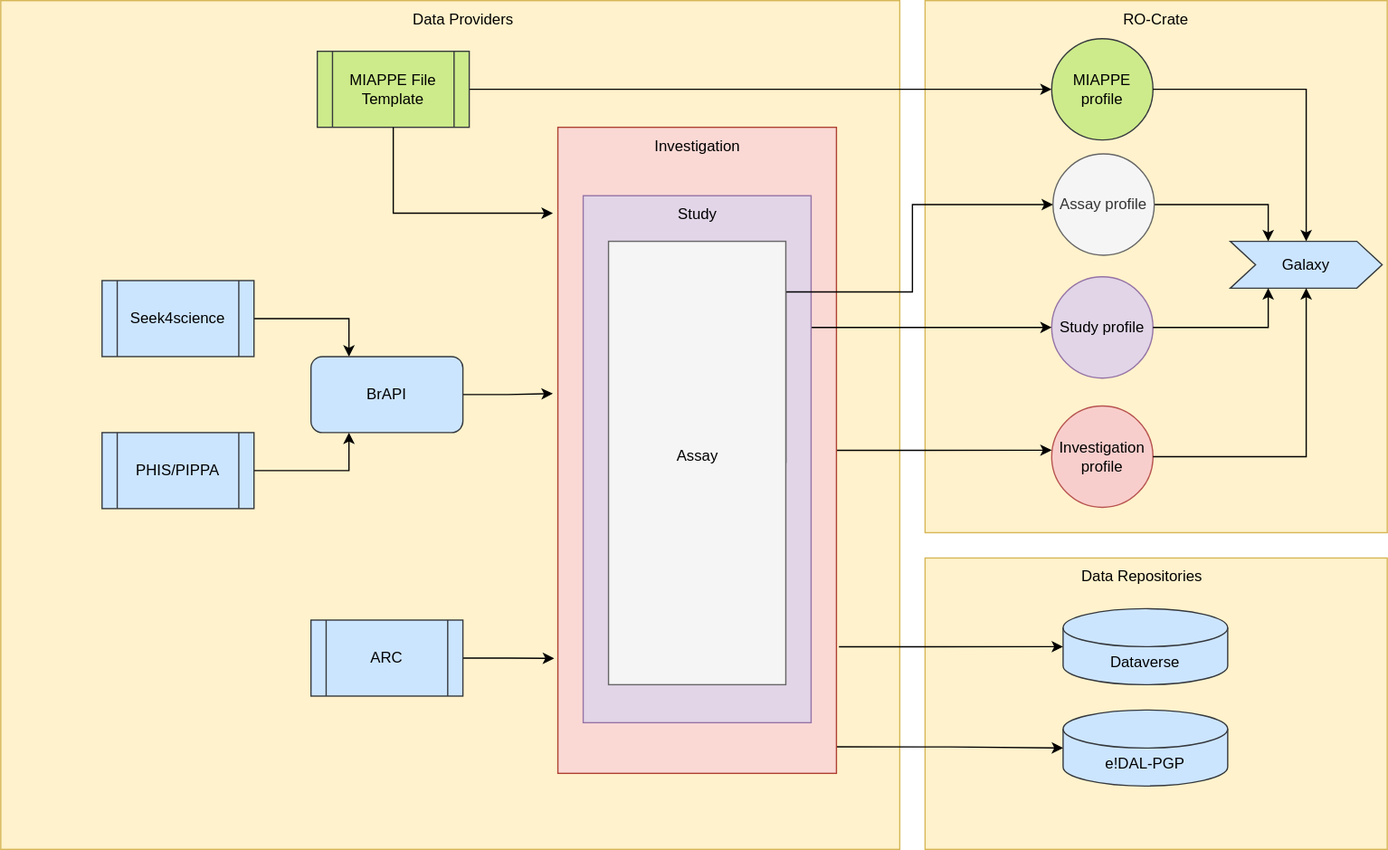
Earlier version of the draw.io export paper/Figure1.svg (sebeier/22_plant_data_exchange). Source tidied: cells renumbered, new cells last; positions are measured from the earlier drawing's top-left corner, leaving out a move shared by most shapes.
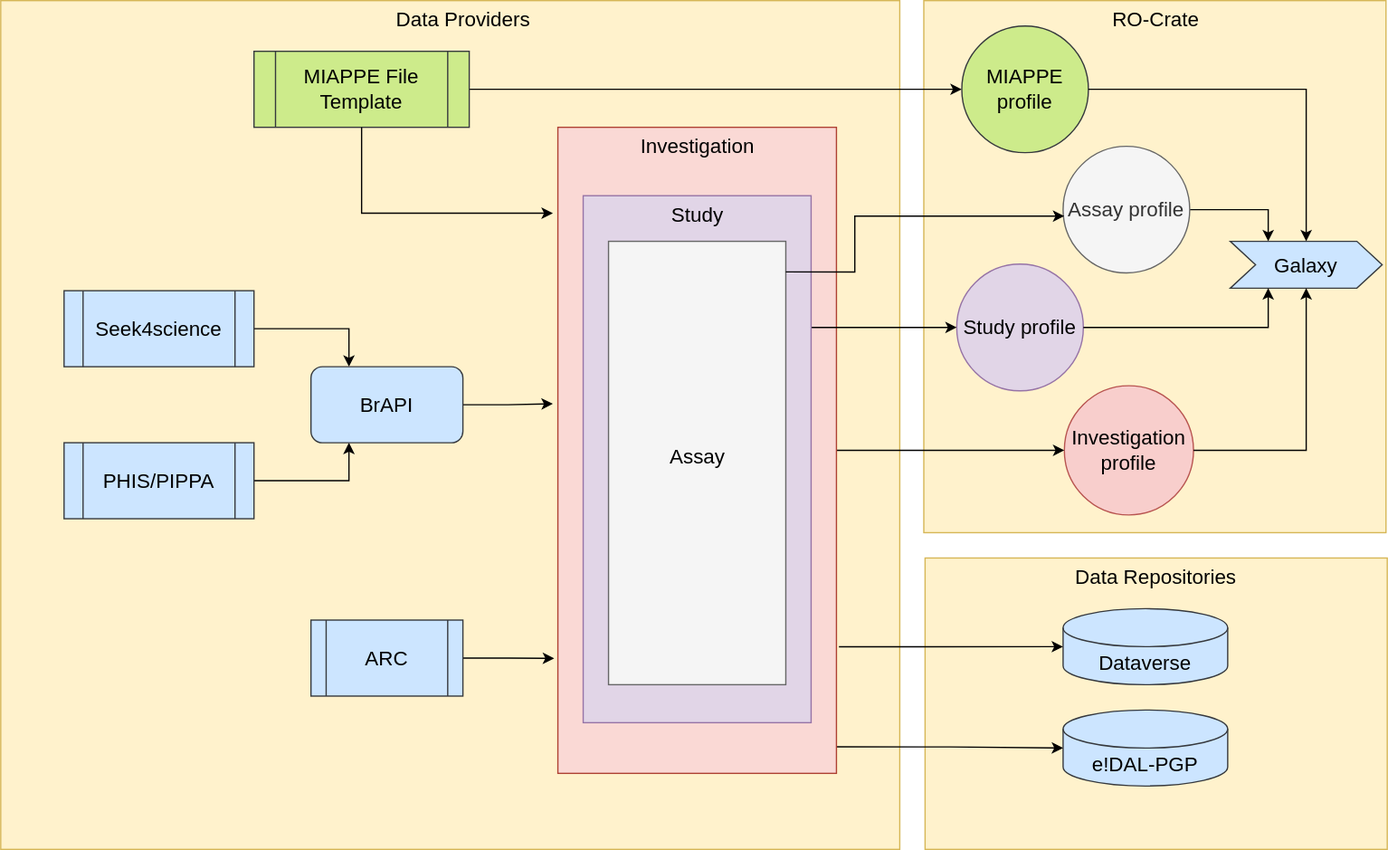
The same file after the commit.

What changed in the source:
```diff
@@ -2,130 +2,125 @@
   <root>
     <mxCell id="0" />
     <mxCell id="1" parent="0" />
-    <mxCell id="2" style="rounded=0;whiteSpace=wrap;html=1;fillStyle=solid;fontSize=12;fillColor=#fff2cc;strokeColor=#d6b656;" parent="1" vertex="1">
+    <mxCell id="2" style="rounded=0;whiteSpace=wrap;html=1;fillStyle=solid;fontSize=16;fillColor=#fff2cc;strokeColor=#d6b656;" parent="1" vertex="1">
       <mxGeometry width="710" height="670" as="geometry" />
     </mxCell>
-    <mxCell id="3" style="rounded=0;whiteSpace=wrap;html=1;fillStyle=solid;fontSize=12;fillColor=#fff2cc;strokeColor=#d6b656;" parent="1" vertex="1">
-      <mxGeometry x="730" width="365" height="420" as="geometry" />
+    <mxCell id="3" style="rounded=0;whiteSpace=wrap;html=1;fillStyle=solid;fontSize=16;fillColor=#fff2cc;strokeColor=#d6b656;" parent="1" vertex="1">
+      <mxGeometry x="729" width="365" height="420" as="geometry" />
     </mxCell>
-    <mxCell id="4" style="rounded=0;whiteSpace=wrap;html=1;fillStyle=solid;fontSize=12;fillColor=#fff2cc;strokeColor=#d6b656;" parent="1" vertex="1">
+    <mxCell id="4" style="rounded=0;whiteSpace=wrap;html=1;fillStyle=solid;fontSize=16;fillColor=#fff2cc;strokeColor=#d6b656;" parent="1" vertex="1">
       <mxGeometry x="730" y="440" width="365" height="230" as="geometry" />
     </mxCell>
-    <mxCell id="5" style="edgeStyle=orthogonalEdgeStyle;rounded=0;jettySize=auto;html=1;fontSize=12;entryX=0.25;entryY=0;entryDx=0;entryDy=0;" parent="1" edge="1" source="19" target="17">
+    <mxCell id="5" style="edgeStyle=orthogonalEdgeStyle;rounded=0;jettySize=auto;html=1;fontSize=16;entryX=0.25;entryY=0;entryDx=0;entryDy=0;" parent="1" edge="1" source="19" target="17">
       <mxGeometry relative="1" as="geometry" />
     </mxCell>
-    <mxCell id="6" style="edgeStyle=orthogonalEdgeStyle;rounded=0;jettySize=auto;html=1;entryX=0;entryY=0.5;entryDx=0;entryDy=0;fontSize=12;" parent="1" edge="1" source="15" target="16">
+    <mxCell id="6" style="edgeStyle=orthogonalEdgeStyle;rounded=0;jettySize=auto;html=1;entryX=0;entryY=0.5;entryDx=0;entryDy=0;fontSize=16;" parent="1" edge="1" source="15" target="16">
       <mxGeometry relative="1" as="geometry" />
     </mxCell>
-    <mxCell id="7" style="edgeStyle=orthogonalEdgeStyle;rounded=0;jettySize=auto;html=1;fontSize=25;entryX=-0.014;entryY=0.843;entryDx=0;entryDy=0;entryPerimeter=0;" parent="1" edge="1" source="8">
+    <mxCell id="7" style="edgeStyle=orthogonalEdgeStyle;rounded=0;jettySize=auto;html=1;fontSize=16;entryX=-0.014;entryY=0.843;entryDx=0;entryDy=0;entryPerimeter=0;" parent="1" edge="1" source="8">
       <mxGeometry relative="1" as="geometry">
         <mxPoint x="437.1" y="519.2" as="targetPoint" />
       </mxGeometry>
     </mxCell>
-    <mxCell id="8" value="ARC" style="shape=process;whiteSpace=wrap;html=1;backgroundOutline=1;fillColor=#cce5ff;strokeColor=#36393d;" parent="1" vertex="1">
+    <mxCell id="8" value="ARC" style="shape=process;whiteSpace=wrap;html=1;backgroundOutline=1;fillColor=#cce5ff;strokeColor=#36393d;fontSize=16;" parent="1" vertex="1">
       <mxGeometry x="245" y="489" width="120" height="60" as="geometry" />
     </mxCell>
-    <mxCell id="9" style="edgeStyle=orthogonalEdgeStyle;rounded=0;jettySize=auto;html=1;entryX=0.25;entryY=1;entryDx=0;entryDy=0;" parent="1" edge="1" source="10" target="14">
+    <mxCell id="9" style="edgeStyle=orthogonalEdgeStyle;rounded=0;jettySize=auto;html=1;entryX=0.25;entryY=1;entryDx=0;entryDy=0;fontSize=16;" parent="1" edge="1" source="10" target="14">
       <mxGeometry relative="1" as="geometry" />
     </mxCell>
-    <mxCell id="10" value="PHIS/PIPPA" style="shape=process;whiteSpace=wrap;html=1;backgroundOutline=1;fillColor=#cce5ff;strokeColor=#36393d;" parent="1" vertex="1">
-      <mxGeometry x="80" y="349" width="120" height="60" as="geometry" />
+    <mxCell id="10" value="PHIS/PIPPA" style="shape=process;whiteSpace=wrap;html=1;backgroundOutline=1;fillColor=#cce5ff;strokeColor=#36393d;fontSize=16;" parent="1" vertex="1">
+      <mxGeometry x="50" y="349" width="150" height="60" as="geometry" />
     </mxCell>
-    <mxCell id="11" style="edgeStyle=orthogonalEdgeStyle;rounded=0;jettySize=auto;html=1;exitX=1;exitY=0.5;exitDx=0;exitDy=0;entryX=0.25;entryY=0;entryDx=0;entryDy=0;" parent="1" edge="1" source="12" target="14">
+    <mxCell id="11" style="edgeStyle=orthogonalEdgeStyle;rounded=0;jettySize=auto;html=1;exitX=1;exitY=0.5;exitDx=0;exitDy=0;entryX=0.25;entryY=0;entryDx=0;entryDy=0;fontSize=16;" parent="1" edge="1" source="12" target="14">
       <mxGeometry relative="1" as="geometry" />
     </mxCell>
-    <mxCell id="12" value="Seek4science" style="shape=process;whiteSpace=wrap;html=1;backgroundOutline=1;fillColor=#cce5ff;strokeColor=#36393d;" parent="1" vertex="1">
-      <mxGeometry x="80" y="229" width="120" height="60" as="geometry" />
+    <mxCell id="12" value="Seek4science" style="shape=process;whiteSpace=wrap;html=1;backgroundOutline=1;fillColor=#cce5ff;strokeColor=#36393d;fontSize=16;" parent="1" vertex="1">
+      <mxGeometry x="50" y="229" width="150" height="60" as="geometry" />
     </mxCell>
-    <mxCell id="13" style="edgeStyle=orthogonalEdgeStyle;rounded=0;jettySize=auto;html=1;exitX=1;exitY=0.5;exitDx=0;exitDy=0;fontSize=25;entryX=-0.019;entryY=0.556;entryDx=0;entryDy=0;entryPerimeter=0;" parent="1" edge="1" source="14">
+    <mxCell id="13" style="edgeStyle=orthogonalEdgeStyle;rounded=0;jettySize=auto;html=1;exitX=1;exitY=0.5;exitDx=0;exitDy=0;fontSize=16;entryX=-0.019;entryY=0.556;entryDx=0;entryDy=0;entryPerimeter=0;" parent="1" edge="1" source="14">
       <mxGeometry relative="1" as="geometry">
         <mxPoint x="436" y="318.2" as="targetPoint" />
       </mxGeometry>
     </mxCell>
-    <mxCell id="14" value="BrAPI" style="rounded=1;whiteSpace=wrap;html=1;fillColor=#cce5ff;strokeColor=#36393d;" parent="1" vertex="1">
+    <mxCell id="14" value="BrAPI" style="rounded=1;whiteSpace=wrap;html=1;fillColor=#cce5ff;strokeColor=#36393d;fontSize=16;" parent="1" vertex="1">
       <mxGeometry x="245" y="289" width="120" height="60" as="geometry" />
     </mxCell>
-    <mxCell id="15" value="MIAPPE File Template" style="shape=process;whiteSpace=wrap;html=1;backgroundOutline=1;fillColor=#cdeb8b;strokeColor=#36393d;" parent="1" vertex="1">
-      <mxGeometry x="250" y="40" width="120" height="60" as="geometry" />
+    <mxCell id="15" value="MIAPPE File Template" style="shape=process;whiteSpace=wrap;html=1;backgroundOutline=1;fillColor=#cdeb8b;strokeColor=#36393d;fontSize=16;" parent="1" vertex="1">
+      <mxGeometry x="200" y="40" width="170" height="60" as="geometry" />
     </mxCell>
-    <mxCell id="16" value="MIAPPE profile" style="ellipse;whiteSpace=wrap;html=1;fontSize=12;fillColor=#cdeb8b;strokeColor=#36393d;" parent="1" vertex="1">
-      <mxGeometry x="830" y="30" width="80" height="80" as="geometry" />
+    <mxCell id="16" value="MIAPPE profile" style="ellipse;whiteSpace=wrap;html=1;fontSize=16;fillColor=#cdeb8b;strokeColor=#36393d;" parent="1" vertex="1">
+      <mxGeometry x="759" y="20" width="100" height="100" as="geometry" />
     </mxCell>
-    <mxCell id="17" value="Galaxy" style="shape=step;perimeter=stepPerimeter;whiteSpace=wrap;html=1;fixedSize=1;fontSize=12;fillColor=#cce5ff;strokeColor=#36393d;" parent="1" vertex="1">
+    <mxCell id="17" value="Galaxy" style="shape=step;perimeter=stepPerimeter;whiteSpace=wrap;html=1;fixedSize=1;fontSize=16;fillColor=#cce5ff;strokeColor=#36393d;" parent="1" vertex="1">
       <mxGeometry x="971" y="190" width="120" height="37" as="geometry" />
     </mxCell>
-    <mxCell id="18" style="edgeStyle=orthogonalEdgeStyle;rounded=0;jettySize=auto;html=1;fontSize=25;entryX=-0.018;entryY=0.133;entryDx=0;entryDy=0;entryPerimeter=0;exitX=0.5;exitY=1;exitDx=0;exitDy=0;" parent="1" edge="1" source="15" target="30">
+    <mxCell id="18" style="edgeStyle=orthogonalEdgeStyle;rounded=0;jettySize=auto;html=1;fontSize=16;entryX=-0.018;entryY=0.133;entryDx=0;entryDy=0;entryPerimeter=0;exitX=0.5;exitY=1;exitDx=0;exitDy=0;" parent="1" edge="1" source="15" target="30">
       <mxGeometry relative="1" as="geometry" />
     </mxCell>
-    <mxCell id="19" value="Assay profile" style="ellipse;whiteSpace=wrap;html=1;fontSize=12;fillColor=#f5f5f5;strokeColor=#666666;fontColor=#333333;" parent="1" vertex="1">
-      <mxGeometry x="831" y="121" width="80" height="80" as="geometry" />
+    <mxCell id="19" value="Assay profile" style="ellipse;whiteSpace=wrap;html=1;fontSize=16;fillColor=#f5f5f5;strokeColor=#666666;fontColor=#333333;" parent="1" vertex="1">
+      <mxGeometry x="821" y="115" width="100" height="100" as="geometry" />
     </mxCell>
-    <mxCell id="20" value="Study profile" style="ellipse;whiteSpace=wrap;html=1;fontSize=12;fillColor=#e1d5e7;strokeColor=#9673a6;" parent="1" vertex="1">
-      <mxGeometry x="830" y="218" width="80" height="80" as="geometry" />
+    <mxCell id="20" value="Study profile" style="ellipse;whiteSpace=wrap;html=1;fontSize=16;fillColor=#e1d5e7;strokeColor=#9673a6;" parent="1" vertex="1">
+      <mxGeometry x="755" y="208" width="100" height="100" as="geometry" />
     </mxCell>
-    <mxCell id="21" value="Investigation profile" style="ellipse;whiteSpace=wrap;html=1;fontSize=12;fillColor=#f8cecc;strokeColor=#b85450;" parent="1" vertex="1">
-      <mxGeometry x="830" y="320" width="80" height="80" as="geometry" />
+    <mxCell id="21" value="Investigation profile" style="ellipse;whiteSpace=wrap;html=1;fontSize=16;fillColor=#f8cecc;strokeColor=#b85450;" parent="1" vertex="1">
+      <mxGeometry x="840" y="304" width="102" height="102" as="geometry" />
     </mxCell>
-    <mxCell id="22" style="edgeStyle=orthogonalEdgeStyle;rounded=0;jettySize=auto;html=1;entryX=0.5;entryY=0;entryDx=0;entryDy=0;fontSize=12;" parent="1" edge="1" source="16" target="17">
+    <mxCell id="22" style="edgeStyle=orthogonalEdgeStyle;rounded=0;jettySize=auto;html=1;entryX=0.5;entryY=0;entryDx=0;entryDy=0;fontSize=16;" parent="1" edge="1" source="16" target="17">
       <mxGeometry relative="1" as="geometry" />
     </mxCell>
-    <mxCell id="23" style="edgeStyle=orthogonalEdgeStyle;rounded=0;jettySize=auto;html=1;entryX=0.25;entryY=1;entryDx=0;entryDy=0;fontSize=12;" parent="1" edge="1" source="20" target="17">
+    <mxCell id="23" style="edgeStyle=orthogonalEdgeStyle;rounded=0;jettySize=auto;html=1;entryX=0.25;entryY=1;entryDx=0;entryDy=0;fontSize=16;" parent="1" edge="1" source="20" target="17">
       <mxGeometry relative="1" as="geometry" />
     </mxCell>
-    <mxCell id="24" style="edgeStyle=orthogonalEdgeStyle;rounded=0;jettySize=auto;html=1;entryX=0.5;entryY=1;entryDx=0;entryDy=0;fontSize=12;" parent="1" edge="1" source="21" target="17">
+    <mxCell id="24" style="edgeStyle=orthogonalEdgeStyle;rounded=0;jettySize=auto;html=1;entryX=0.5;entryY=1;entryDx=0;entryDy=0;fontSize=16;" parent="1" edge="1" source="21" target="17">
       <mxGeometry relative="1" as="geometry" />
     </mxCell>
-    <mxCell id="25" value="Dataverse" style="shape=cylinder3;whiteSpace=wrap;html=1;boundedLbl=1;backgroundOutline=1;size=15;fontSize=12;fillColor=#cce5ff;strokeColor=#36393d;" parent="1" vertex="1">
+    <mxCell id="25" value="Dataverse" style="shape=cylinder3;whiteSpace=wrap;html=1;boundedLbl=1;backgroundOutline=1;size=15;fontSize=16;fillColor=#cce5ff;strokeColor=#36393d;" parent="1" vertex="1">
       <mxGeometry x="839" y="480" width="130" height="60" as="geometry" />
     </mxCell>
-    <mxCell id="26" value="e!DAL-PGP" style="shape=cylinder3;whiteSpace=wrap;html=1;boundedLbl=1;backgroundOutline=1;size=15;fontSize=12;fillColor=#cce5ff;strokeColor=#36393d;" parent="1" vertex="1">
+    <mxCell id="26" value="e!DAL-PGP" style="shape=cylinder3;whiteSpace=wrap;html=1;boundedLbl=1;backgroundOutline=1;size=15;fontSize=16;fillColor=#cce5ff;strokeColor=#36393d;" parent="1" vertex="1">
       <mxGeometry x="839" y="560" width="130" height="60" as="geometry" />
     </mxCell>
-    <mxCell id="27" style="edgeStyle=orthogonalEdgeStyle;rounded=0;jettySize=auto;html=1;entryX=0.274;entryY=0.845;entryDx=0;entryDy=0;entryPerimeter=0;fontSize=25;" parent="1" edge="1" source="30" target="3">
+    <mxCell id="27" style="edgeStyle=orthogonalEdgeStyle;rounded=0;jettySize=auto;html=1;entryX=0;entryY=0.5;entryDx=0;entryDy=0;fontSize=16;" parent="1" edge="1" source="30" target="21">
       <mxGeometry relative="1" as="geometry" />
     </mxCell>
-    <mxCell id="28" style="edgeStyle=orthogonalEdgeStyle;rounded=0;jettySize=auto;html=1;entryX=0;entryY=0.5;entryDx=0;entryDy=0;entryPerimeter=0;fontSize=25;exitX=1.009;exitY=0.804;exitDx=0;exitDy=0;exitPerimeter=0;" parent="1" edge="1" source="30" target="25">
+    <mxCell id="28" style="edgeStyle=orthogonalEdgeStyle;rounded=0;jettySize=auto;html=1;entryX=0;entryY=0.5;entryDx=0;entryDy=0;entryPerimeter=0;fontSize=16;exitX=1.009;exitY=0.804;exitDx=0;exitDy=0;exitPerimeter=0;" parent="1" edge="1" source="30" target="25">
       <mxGeometry relative="1" as="geometry" />
     </mxCell>
-    <mxCell id="29" style="edgeStyle=orthogonalEdgeStyle;rounded=0;jettySize=auto;html=1;entryX=0;entryY=0.5;entryDx=0;entryDy=0;entryPerimeter=0;fontSize=25;exitX=0.995;exitY=0.959;exitDx=0;exitDy=0;exitPerimeter=0;" parent="1" edge="1" source="30" target="26">
+    <mxCell id="29" style="edgeStyle=orthogonalEdgeStyle;rounded=0;jettySize=auto;html=1;entryX=0;entryY=0.5;entryDx=0;entryDy=0;entryPerimeter=0;fontSize=16;exitX=0.995;exitY=0.959;exitDx=0;exitDy=0;exitPerimeter=0;" parent="1" edge="1" source="30" target="26">
       <mxGeometry relative="1" as="geometry" />
     </mxCell>
-    <mxCell id="30" style="rounded=0;whiteSpace=wrap;html=1;fillStyle=solid;fontSize=12;fillColor=#fad9d5;strokeColor=#ae4132;" parent="1" vertex="1">
+    <mxCell id="30" style="rounded=0;whiteSpace=wrap;html=1;fillStyle=solid;fontSize=16;fillColor=#fad9d5;strokeColor=#ae4132;" parent="1" vertex="1">
       <mxGeometry x="440" y="100" width="220" height="510" as="geometry" />
     </mxCell>
-    <mxCell id="31" style="edgeStyle=orthogonalEdgeStyle;rounded=0;jettySize=auto;html=1;fontSize=25;exitX=1;exitY=0.25;exitDx=0;exitDy=0;entryX=0;entryY=0.5;entryDx=0;entryDy=0;" parent="1" edge="1" source="32" target="20">
+    <mxCell id="31" style="edgeStyle=orthogonalEdgeStyle;rounded=0;jettySize=auto;html=1;fontSize=16;exitX=1;exitY=0.25;exitDx=0;exitDy=0;entryX=0;entryY=0.5;entryDx=0;entryDy=0;" parent="1" edge="1" source="32" target="20">
       <mxGeometry relative="1" as="geometry" />
     </mxCell>
-    <mxCell id="32" style="rounded=0;whiteSpace=wrap;html=1;fillStyle=solid;fontSize=12;fillColor=#e1d5e7;strokeColor=#9673a6;" parent="1" vertex="1">
+    <mxCell id="32" style="rounded=0;whiteSpace=wrap;html=1;fillStyle=solid;fontSize=16;fillColor=#e1d5e7;strokeColor=#9673a6;" parent="1" vertex="1">
       <mxGeometry x="460" y="154" width="180" height="416" as="geometry" />
     </mxCell>
-    <mxCell id="33" style="edgeStyle=orthogonalEdgeStyle;rounded=0;jettySize=auto;html=1;exitX=1;exitY=0.5;exitDx=0;exitDy=0;fontSize=25;entryX=0;entryY=0.5;entryDx=0;entryDy=0;" parent="1" edge="1" source="34" target="19">
-      <mxGeometry relative="1" as="geometry">
-        <Array as="points">
-          <mxPoint x="720" y="230" />
-          <mxPoint x="720" y="161" />
-        </Array>
-      </mxGeometry>
-    </mxCell>
-    <mxCell id="34" style="rounded=0;whiteSpace=wrap;html=1;fillStyle=solid;fontSize=12;fillColor=#f5f5f5;strokeColor=#666666;fontColor=#333333;" parent="1" vertex="1">
+    <mxCell id="34" style="rounded=0;whiteSpace=wrap;html=1;fillStyle=solid;fontSize=16;fillColor=#f5f5f5;strokeColor=#666666;fontColor=#333333;" parent="1" vertex="1">
       <mxGeometry x="480" y="190" width="140" height="350" as="geometry" />
     </mxCell>
-    <mxCell id="35" value="RO-Crate" style="text;html=1;strokeColor=none;fillColor=none;align=center;verticalAlign=middle;whiteSpace=wrap;rounded=0;fillStyle=solid;fontSize=12;" parent="1" vertex="1">
+    <mxCell id="35" value="RO-Crate" style="text;html=1;strokeColor=none;fillColor=none;align=center;verticalAlign=middle;whiteSpace=wrap;rounded=0;fillStyle=solid;fontSize=16;" parent="1" vertex="1">
       <mxGeometry x="850" width="125" height="30" as="geometry" />
     </mxCell>
-    <mxCell id="36" value="Data Providers" style="text;html=1;strokeColor=none;fillColor=none;align=center;verticalAlign=middle;whiteSpace=wrap;rounded=0;fillStyle=solid;fontSize=12;" parent="1" vertex="1">
+    <mxCell id="36" value="Data Providers" style="text;html=1;strokeColor=none;fillColor=none;align=center;verticalAlign=middle;whiteSpace=wrap;rounded=0;fillStyle=solid;fontSize=16;" parent="1" vertex="1">
       <mxGeometry x="302.5" width="125" height="30" as="geometry" />
     </mxCell>
-    <mxCell id="37" value="Data Repositories" style="text;html=1;strokeColor=none;fillColor=none;align=center;verticalAlign=middle;whiteSpace=wrap;rounded=0;fillStyle=solid;fontSize=12;" parent="1" vertex="1">
-      <mxGeometry x="839" y="440" width="125" height="30" as="geometry" />
+    <mxCell id="37" value="Data Repositories" style="text;html=1;strokeColor=none;fillColor=none;align=center;verticalAlign=middle;whiteSpace=wrap;rounded=0;fillStyle=solid;fontSize=16;" parent="1" vertex="1">
+      <mxGeometry x="842" y="440" width="141" height="30" as="geometry" />
     </mxCell>
-    <mxCell id="38" value="Investigation" style="text;html=1;strokeColor=none;fillColor=none;align=center;verticalAlign=middle;whiteSpace=wrap;rounded=0;fillStyle=solid;fontSize=12;" parent="1" vertex="1">
+    <mxCell id="38" value="Investigation" style="text;html=1;strokeColor=none;fillColor=none;align=center;verticalAlign=middle;whiteSpace=wrap;rounded=0;fillStyle=solid;fontSize=16;" parent="1" vertex="1">
       <mxGeometry x="487.5" y="100" width="125" height="30" as="geometry" />
     </mxCell>
-    <mxCell id="39" value="Study" style="text;html=1;strokeColor=none;fillColor=none;align=center;verticalAlign=middle;whiteSpace=wrap;rounded=0;fillStyle=solid;fontSize=12;" parent="1" vertex="1">
+    <mxCell id="39" value="Study" style="text;html=1;strokeColor=none;fillColor=none;align=center;verticalAlign=middle;whiteSpace=wrap;rounded=0;fillStyle=solid;fontSize=16;" parent="1" vertex="1">
       <mxGeometry x="487.5" y="154" width="125" height="30" as="geometry" />
     </mxCell>
+    <mxCell id="41" style="edgeStyle=orthogonalEdgeStyle;rounded=0;jettySize=auto;html=1;entryX=0.304;entryY=0.405;entryDx=0;entryDy=0;entryPerimeter=0;fontSize=16;exitX=1;exitY=0.069;exitDx=0;exitDy=0;exitPerimeter=0;" parent="1" edge="1" source="34" target="3">
+      <mxGeometry relative="1" as="geometry" />
+    </mxCell>
-    <mxCell id="40" value="Assay" style="text;html=1;strokeColor=none;fillColor=none;align=center;verticalAlign=middle;whiteSpace=wrap;rounded=0;fillStyle=solid;fontSize=12;" parent="1" vertex="1">
+    <mxCell id="40" value="Assay" style="text;html=1;strokeColor=none;fillColor=none;align=center;verticalAlign=middle;whiteSpace=wrap;rounded=0;fillStyle=solid;fontSize=16;" parent="1" vertex="1">
       <mxGeometry x="487.5" y="345" width="125" height="30" as="geometry" />
     </mxCell>
   </root>
```
